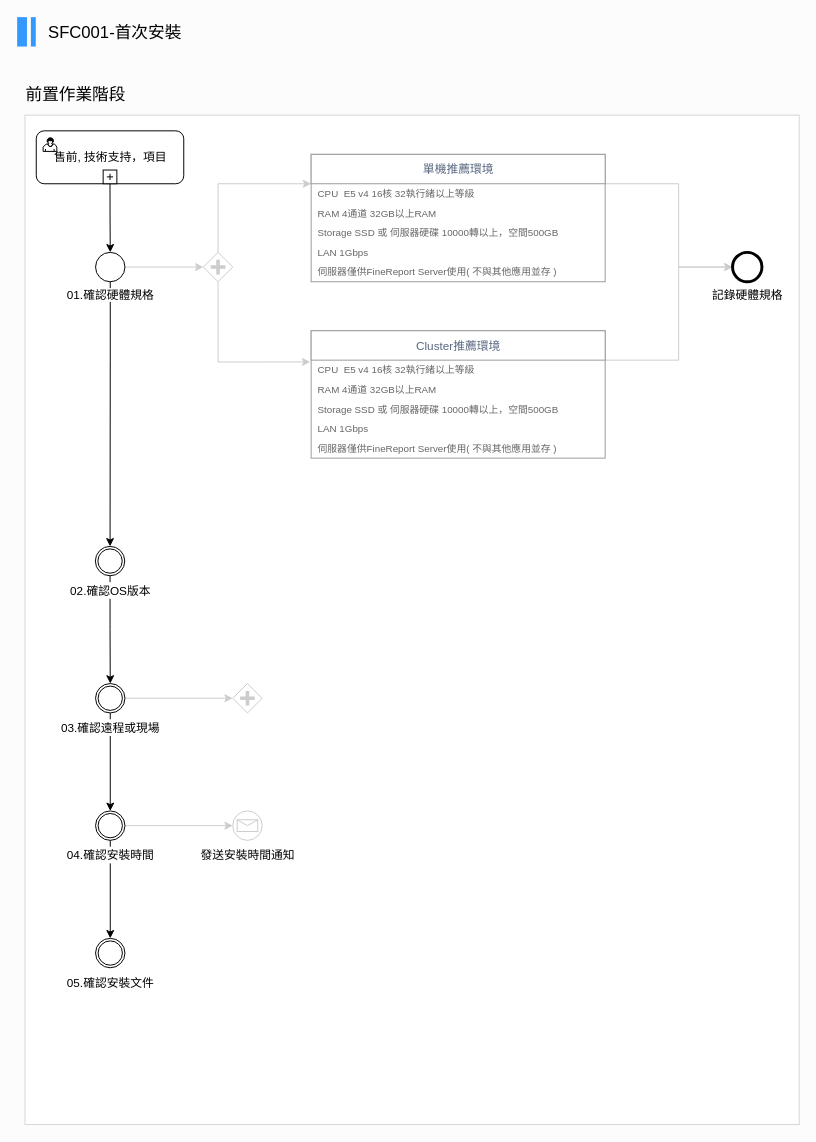
This is page "第1頁" (1 of 2) of 客戶服務SOP.drawio from frglobal/documents, a draw.io file, before an edit. Source tidied: cells renumbered, new cells numbered last; positions are measured from the earlier drawing's top-left corner, leaving out a move shared by most shapes. Both pictures are drawn from the tidied source at 98%, with x=0, y=0 at pixel (17, 17).
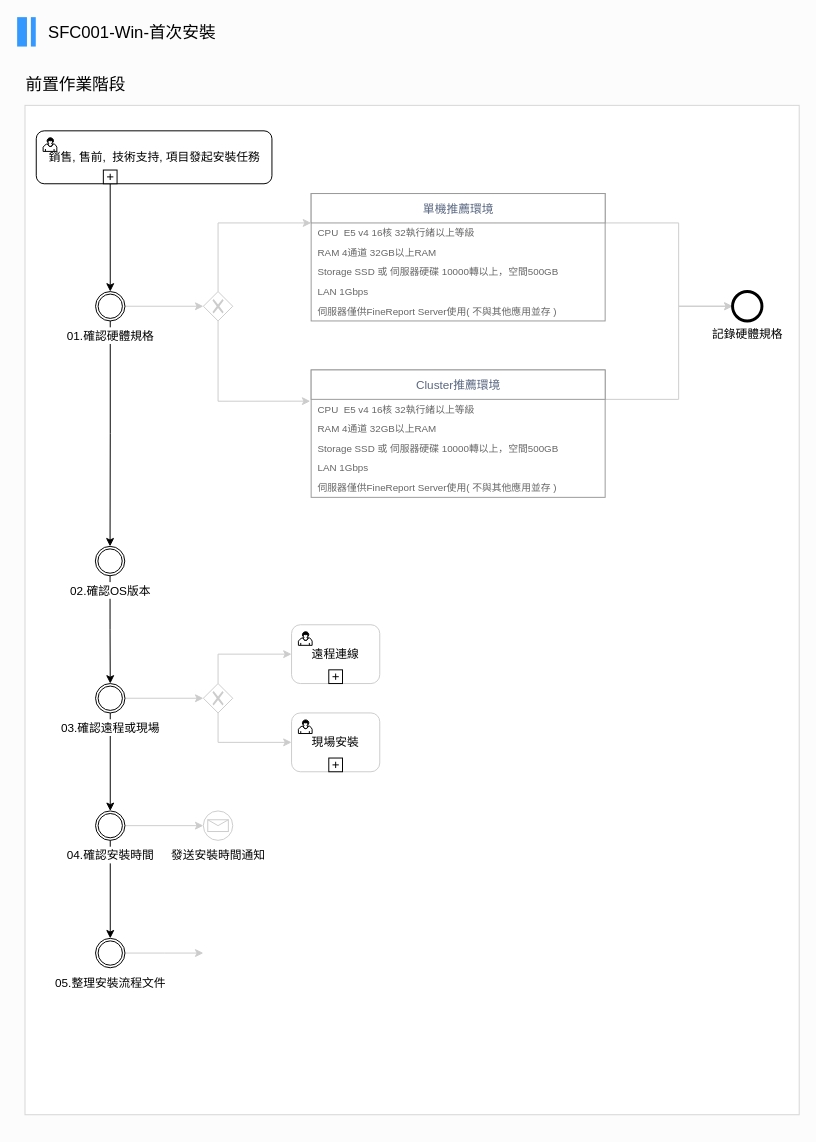
Above is the later version.

Commit message (it also covers changes not shown here):
更新客戶服務SOP.drawio

Unchanged cells that the change refers to:
```xml
<mxCell id="15" value="&lt;font style=&quot;font-size: 12px&quot;&gt;02.確認OS版本&lt;/font&gt;" style="shape=mxgraph.bpmn.shape;html=1;verticalLabelPosition=bottom;labelBackgroundColor=#ffffff;verticalAlign=top;align=center;perimeter=ellipsePerimeter;outlineConnect=0;outline=throwing;symbol=general;rounded=0;shadow=0;glass=0;comic=0;strokeColor=#000000;strokeWidth=1;fillColor=none;fontFamily=Noto Sans TC;fontSize=14;" parent="1" vertex="1">
  <mxGeometry x="79.8" y="540" width="30" height="30" as="geometry" />
</mxCell>
<mxCell id="18" value="&lt;font style=&quot;font-size: 12px&quot;&gt;03.確認遠程或現場&lt;/font&gt;" style="shape=mxgraph.bpmn.shape;html=1;verticalLabelPosition=bottom;labelBackgroundColor=#ffffff;verticalAlign=top;align=center;perimeter=ellipsePerimeter;outlineConnect=0;outline=throwing;symbol=general;rounded=0;shadow=0;glass=0;comic=0;strokeColor=#000000;strokeWidth=1;fillColor=none;fontFamily=Noto Sans TC;fontSize=14;" parent="1" vertex="1">
  <mxGeometry x="80" y="680" width="30" height="30" as="geometry" />
</mxCell>
```

What changed in the source:
```diff
@@
     <mxCell id="2" style="rounded=0;whiteSpace=wrap;html=1;shadow=0;glass=0;comic=0;strokeWidth=1;fontFamily=Noto Sans TC;fontSize=14;align=left;strokeColor=#D6D6D6;" parent="1" vertex="1">
-      <mxGeometry x="8" y="100" width="790" height="1030" as="geometry" />
+      <mxGeometry x="8" y="90" width="790" height="1030" as="geometry" />
     </mxCell>
-    <mxCell id="3" style="edgeStyle=orthogonalEdgeStyle;rounded=0;jettySize=auto;html=1;fontFamily=Noto Sans TC;fontSize=17;shadow=0;strokeColor=#CCCCCC;" parent="1" edge="1" source="13" target="11">
+    <mxCell id="3" style="edgeStyle=orthogonalEdgeStyle;rounded=0;jettySize=auto;html=1;fontFamily=Noto Sans TC;fontSize=17;shadow=0;strokeColor=#CCCCCC;entryX=0;entryY=0.5;entryDx=0;entryDy=0;exitX=1;exitY=0.5;exitDx=0;exitDy=0;" parent="1" edge="1" source="13" target="55">
       <mxGeometry relative="1" as="geometry" />
     </mxCell>
-    <mxCell id="4" style="edgeStyle=orthogonalEdgeStyle;rounded=0;jettySize=auto;html=1;shadow=0;strokeColor=#000000;fontFamily=Noto Sans TC;fontSize=14;" parent="1" edge="1" source="13" target="15">
-      <mxGeometry relative="1" as="geometry">
-        <Array as="points">
-          <mxPoint x="95" y="350" />
-          <mxPoint x="95" y="350" />
-        </Array>
-      </mxGeometry>
+    <mxCell id="4" style="edgeStyle=orthogonalEdgeStyle;rounded=0;jettySize=auto;html=1;shadow=0;strokeColor=#000000;fontFamily=Noto Sans TC;fontSize=14;exitX=0.5;exitY=1;exitDx=0;exitDy=0;" parent="1" edge="1" source="13" target="15">
+      <mxGeometry relative="1" as="geometry" />
     </mxCell>
-    <mxCell id="5" value="SFC001-首次安裝" style="text;html=1;fontFamily=Noto Sans TC;fontSize=17;" parent="1" vertex="1">
+    <mxCell id="5" value="SFC001-Win-首次安裝" style="text;html=1;fontFamily=Noto Sans TC;fontSize=17;" parent="1" vertex="1">
       <mxGeometry x="30" width="145" height="30" as="geometry" />
     </mxCell>
@@
-    <mxCell id="9" style="edgeStyle=orthogonalEdgeStyle;rounded=0;jettySize=auto;html=1;exitX=0.5;exitY=0;exitDx=0;exitDy=0;shadow=0;strokeColor=#CCCCCC;fontFamily=Noto Sans TC;fontSize=14;" parent="1" edge="1" source="11" target="26">
+    <mxCell id="9" style="edgeStyle=orthogonalEdgeStyle;rounded=0;jettySize=auto;html=1;exitX=0.5;exitY=0;exitDx=0;exitDy=0;shadow=0;strokeColor=#CCCCCC;fontFamily=Noto Sans TC;fontSize=14;" parent="1" edge="1" target="26">
       <mxGeometry relative="1" as="geometry">
+        <mxPoint x="205" y="280" as="sourcePoint" />
         <Array as="points">
-          <mxPoint x="205" y="170" />
+          <mxPoint x="205" y="210" />
         </Array>
       </mxGeometry>
     </mxCell>
-    <mxCell id="10" style="edgeStyle=orthogonalEdgeStyle;rounded=0;jettySize=auto;html=1;exitX=0.5;exitY=1;exitDx=0;exitDy=0;entryX=-0.003;entryY=0.245;entryDx=0;entryDy=0;entryPerimeter=0;strokeColor=#CCCCCC;fontFamily=Noto Sans TC;" parent="1" edge="1" source="11" target="34">
+    <mxCell id="10" style="edgeStyle=orthogonalEdgeStyle;rounded=0;jettySize=auto;html=1;exitX=0.5;exitY=1;exitDx=0;exitDy=0;entryX=-0.003;entryY=0.245;entryDx=0;entryDy=0;entryPerimeter=0;strokeColor=#CCCCCC;fontFamily=Noto Sans TC;" parent="1" edge="1" source="55" target="34">
       <mxGeometry relative="1" as="geometry" />
     </mxCell>
-    <mxCell id="11" style="shape=mxgraph.bpmn.shape;html=1;verticalLabelPosition=bottom;labelBackgroundColor=#ffffff;verticalAlign=top;align=center;perimeter=rhombusPerimeter;background=gateway;outlineConnect=0;outline=none;symbol=parallelGw;rounded=1;shadow=0;glass=0;comic=0;strokeColor=#CCCCCC;strokeWidth=1;fillColor=none;fontFamily=Noto Sans TC;fontSize=17;" parent="1" vertex="1">
-      <mxGeometry x="190" y="240" width="30" height="30" as="geometry" />
-    </mxCell>
     <mxCell id="12" value="前置作業階段" style="text;html=1;strokeColor=none;fillColor=none;align=center;verticalAlign=middle;whiteSpace=wrap;rounded=0;shadow=0;glass=0;comic=0;fontFamily=Noto Sans TC;fontSize=17;" parent="1" vertex="1">
-      <mxGeometry y="70" width="120" height="20" as="geometry" />
+      <mxGeometry y="60" width="120" height="20" as="geometry" />
     </mxCell>
-    <mxCell id="13" value="&lt;font style=&quot;background-color: rgb(255 , 255 , 255) ; font-size: 12px&quot;&gt;01.確認硬體規格&lt;/font&gt;" style="shape=mxgraph.bpmn.shape;html=1;verticalLabelPosition=bottom;labelBackgroundColor=none;verticalAlign=top;align=center;perimeter=ellipsePerimeter;outlineConnect=0;outline=standard;symbol=general;fontFamily=Noto Sans TC;fillColor=none;" parent="1" vertex="1">
-      <mxGeometry x="80" y="240" width="30" height="30" as="geometry" />
-    </mxCell>
@@
-    <mxCell id="17" style="edgeStyle=orthogonalEdgeStyle;rounded=0;jettySize=auto;html=1;exitX=1;exitY=0.5;exitDx=0;exitDy=0;shadow=0;strokeColor=#CCCCCC;fontFamily=Noto Sans TC;fontSize=14;" parent="1" edge="1" source="18" target="24">
+    <mxCell id="17" style="edgeStyle=orthogonalEdgeStyle;rounded=0;jettySize=auto;html=1;exitX=1;exitY=0.5;exitDx=0;exitDy=0;shadow=0;strokeColor=#CCCCCC;fontFamily=Noto Sans TC;fontSize=14;entryX=0;entryY=0.5;entryDx=0;entryDy=0;" parent="1" edge="1" source="18" target="56">
       <mxGeometry relative="1" as="geometry" />
     </mxCell>
@@
+    <mxCell id="46" style="edgeStyle=orthogonalEdgeStyle;rounded=0;jettySize=auto;html=1;exitX=1;exitY=0.5;exitDx=0;exitDy=0;entryX=0;entryY=0.5;entryDx=0;entryDy=0;strokeColor=#CCCCCC;fontFamily=Noto Sans TC;" parent="1" edge="1" source="22">
+      <mxGeometry relative="1" as="geometry">
+        <mxPoint x="190" y="955" as="targetPoint" />
+      </mxGeometry>
+    </mxCell>
-    <mxCell id="22" value="&lt;font style=&quot;font-size: 12px&quot;&gt;05.確認安裝文件&lt;/font&gt;" style="shape=mxgraph.bpmn.shape;html=1;verticalLabelPosition=bottom;labelBackgroundColor=#ffffff;verticalAlign=top;align=center;perimeter=ellipsePerimeter;outlineConnect=0;outline=throwing;symbol=general;rounded=0;shadow=0;glass=0;comic=0;strokeColor=#000000;strokeWidth=1;fillColor=none;fontFamily=Noto Sans TC;fontSize=14;" parent="1" vertex="1">
+    <mxCell id="22" value="&lt;font style=&quot;font-size: 12px&quot;&gt;05.整理安裝流程文件&lt;/font&gt;" style="shape=mxgraph.bpmn.shape;html=1;verticalLabelPosition=bottom;labelBackgroundColor=#ffffff;verticalAlign=top;align=center;perimeter=ellipsePerimeter;outlineConnect=0;outline=throwing;symbol=general;rounded=0;shadow=0;glass=0;comic=0;strokeColor=#000000;strokeWidth=1;fillColor=none;fontFamily=Noto Sans TC;fontSize=14;" parent="1" vertex="1">
       <mxGeometry x="80" y="940" width="30" height="30" as="geometry" />
     </mxCell>
     <mxCell id="23" value="&lt;font style=&quot;font-size: 12px&quot;&gt;發送安裝時間通知&lt;/font&gt;" style="shape=mxgraph.bpmn.shape;html=1;verticalLabelPosition=bottom;labelBackgroundColor=#ffffff;verticalAlign=top;align=center;perimeter=ellipsePerimeter;outlineConnect=0;outline=standard;symbol=message;rounded=0;shadow=0;glass=0;comic=0;strokeColor=#CCCCCC;strokeWidth=1;fillColor=none;fontFamily=Noto Sans TC;fontSize=14;" parent="1" vertex="1">
-      <mxGeometry x="220" y="810" width="30" height="30" as="geometry" />
+      <mxGeometry x="190" y="810" width="30" height="30" as="geometry" />
     </mxCell>
-    <mxCell id="24" style="shape=mxgraph.bpmn.shape;html=1;verticalLabelPosition=bottom;labelBackgroundColor=#ffffff;verticalAlign=top;align=center;perimeter=rhombusPerimeter;background=gateway;outlineConnect=0;outline=none;symbol=parallelGw;rounded=1;shadow=0;glass=0;comic=0;strokeColor=#CCCCCC;strokeWidth=1;fillColor=none;fontFamily=Noto Sans TC;fontSize=17;" parent="1" vertex="1">
-      <mxGeometry x="220" y="680" width="30" height="30" as="geometry" />
-    </mxCell>
+    <mxCell id="47" style="edgeStyle=orthogonalEdgeStyle;rounded=0;jettySize=auto;html=1;exitX=0.5;exitY=0;exitDx=0;exitDy=0;entryX=0;entryY=0.5;entryDx=0;entryDy=0;strokeColor=#CCCCCC;fontFamily=Noto Sans TC;" parent="1" edge="1" source="56" target="49">
+      <mxGeometry relative="1" as="geometry" />
+    </mxCell>
+    <mxCell id="48" style="edgeStyle=orthogonalEdgeStyle;rounded=0;jettySize=auto;html=1;exitX=0.5;exitY=1;exitDx=0;exitDy=0;entryX=0;entryY=0.5;entryDx=0;entryDy=0;strokeColor=#CCCCCC;fontFamily=Noto Sans TC;" parent="1" edge="1" source="56" target="52">
+      <mxGeometry relative="1" as="geometry">
+        <Array as="points">
+          <mxPoint x="205" y="740" />
+        </Array>
+      </mxGeometry>
+    </mxCell>
     <mxCell id="25" style="edgeStyle=orthogonalEdgeStyle;rounded=0;jettySize=auto;html=1;strokeColor=#CCCCCC;fontFamily=Noto Sans TC;" parent="1" edge="1" source="26" target="45">
       <mxGeometry relative="1" as="geometry">
         <Array as="points">
-          <mxPoint x="675" y="170" />
-          <mxPoint x="675" y="255" />
+          <mxPoint x="675" y="210" />
+          <mxPoint x="675" y="295" />
         </Array>
       </mxGeometry>
     </mxCell>
     <mxCell id="26" style="strokeWidth=1;shadow=0;dashed=0;align=center;html=1;shape=mxgraph.mockup.forms.rrect;rSize=0;strokeColor=#999999;fillColor=#ffffff;rounded=0;glass=0;comic=0;labelBackgroundColor=none;fontFamily=Noto Sans TC;fontSize=14;flipH=0;flipV=0;" parent="1" vertex="1">
-      <mxGeometry x="300" y="140" width="300" height="130" as="geometry" />
+      <mxGeometry x="300" y="180" width="300" height="130" as="geometry" />
     </mxCell>
@@
     <mxCell id="33" style="edgeStyle=orthogonalEdgeStyle;rounded=0;jettySize=auto;html=1;entryX=0;entryY=0.5;entryDx=0;entryDy=0;strokeColor=#CCCCCC;fontFamily=Noto Sans TC;" parent="1" edge="1" source="34" target="45">
       <mxGeometry relative="1" as="geometry">
         <Array as="points">
-          <mxPoint x="675" y="350" />
-          <mxPoint x="675" y="255" />
+          <mxPoint x="675" y="390" />
+          <mxPoint x="675" y="295" />
         </Array>
       </mxGeometry>
     </mxCell>
     <mxCell id="34" style="strokeWidth=1;shadow=0;dashed=0;align=center;html=1;shape=mxgraph.mockup.forms.rrect;rSize=0;strokeColor=#999999;fillColor=#ffffff;rounded=0;glass=0;comic=0;labelBackgroundColor=none;fontFamily=Noto Sans TC;fontSize=14;flipH=0;flipV=0;" parent="1" vertex="1">
-      <mxGeometry x="300" y="320" width="300" height="130" as="geometry" />
+      <mxGeometry x="300" y="360" width="300" height="130" as="geometry" />
     </mxCell>
@@
-    <mxCell id="41" style="edgeStyle=orthogonalEdgeStyle;rounded=0;jettySize=auto;html=1;exitX=0.5;exitY=1;exitDx=0;exitDy=0;entryX=0.5;entryY=0;entryDx=0;entryDy=0;strokeColor=#000000;fontFamily=Noto Sans TC;" parent="1" edge="1" source="42" target="13">
+    <mxCell id="41" style="edgeStyle=orthogonalEdgeStyle;rounded=0;jettySize=auto;html=1;entryX=0.5;entryY=0;entryDx=0;entryDy=0;strokeColor=#000000;fontFamily=Noto Sans TC;exitX=0.5;exitY=1;exitDx=0;exitDy=0;" parent="1" edge="1" source="44" target="13">
       <mxGeometry relative="1" as="geometry" />
     </mxCell>
-    <mxCell id="42" value="售前, 技術支持，項目" style="html=1;whiteSpace=wrap;rounded=1;fillColor=none;fontFamily=Noto Sans TC;" parent="1" vertex="1">
-      <mxGeometry x="19.5" y="116" width="150.5" height="54" as="geometry" />
+    <mxCell id="42" value="銷售, 售前,&amp;nbsp; 技術支持, 項目發起安裝任務" style="html=1;whiteSpace=wrap;rounded=1;fillColor=none;fontFamily=Noto Sans TC;" parent="1" vertex="1">
+      <mxGeometry x="19.5" y="116" width="240.5" height="54" as="geometry" />
     </mxCell>
@@
     <mxCell id="44" style="html=1;shape=plus;outlineConnect=0;" parent="42" vertex="1">
       <mxGeometry x="0.5" y="1" width="14" height="14" relative="1" as="geometry">
-        <mxPoint x="-7" y="-14" as="offset" />
+        <mxPoint x="-51.8" y="-14" as="offset" />
       </mxGeometry>
     </mxCell>
     <mxCell id="45" value="記錄硬體規格" style="shape=mxgraph.bpmn.shape;html=1;verticalLabelPosition=bottom;labelBackgroundColor=#ffffff;verticalAlign=top;align=center;perimeter=ellipsePerimeter;outlineConnect=0;outline=end;symbol=general;fillColor=none;fontFamily=Noto Sans TC;" parent="1" vertex="1">
-      <mxGeometry x="730" y="240" width="30" height="30" as="geometry" />
+      <mxGeometry x="730" y="280" width="30" height="30" as="geometry" />
     </mxCell>
+    <mxCell id="49" value="遠程連線" style="html=1;whiteSpace=wrap;rounded=1;fillColor=none;fontFamily=Noto Sans TC;strokeColor=#CCCCCC;" parent="1" vertex="1">
+      <mxGeometry x="280" y="620" width="90" height="60" as="geometry" />
+    </mxCell>
+    <mxCell id="50" style="html=1;shape=mxgraph.bpmn.user_task;" parent="49" vertex="1">
+      <mxGeometry width="14" height="14" relative="1" as="geometry">
+        <mxPoint x="7" y="7" as="offset" />
+      </mxGeometry>
+    </mxCell>
+    <mxCell id="51" style="html=1;shape=plus;" parent="49" vertex="1">
+      <mxGeometry x="0.5" y="1" width="14" height="14" relative="1" as="geometry">
+        <mxPoint x="-7" y="-14" as="offset" />
+      </mxGeometry>
+    </mxCell>
+    <mxCell id="52" value="現場安裝" style="html=1;whiteSpace=wrap;rounded=1;fillColor=none;fontFamily=Noto Sans TC;strokeColor=#CCCCCC;" parent="1" vertex="1">
+      <mxGeometry x="280" y="710" width="90" height="60" as="geometry" />
+    </mxCell>
+    <mxCell id="53" style="html=1;shape=mxgraph.bpmn.user_task;" parent="52" vertex="1">
+      <mxGeometry width="14" height="14" relative="1" as="geometry">
+        <mxPoint x="7" y="7" as="offset" />
+      </mxGeometry>
+    </mxCell>
+    <mxCell id="54" style="html=1;shape=plus;" parent="52" vertex="1">
+      <mxGeometry x="0.5" y="1" width="14" height="14" relative="1" as="geometry">
+        <mxPoint x="-7" y="-14" as="offset" />
+      </mxGeometry>
+    </mxCell>
+    <mxCell id="55" style="shape=mxgraph.bpmn.shape;html=1;verticalLabelPosition=bottom;labelBackgroundColor=#ffffff;verticalAlign=top;align=center;perimeter=rhombusPerimeter;background=gateway;outlineConnect=0;outline=none;symbol=exclusiveGw;strokeColor=#CCCCCC;fillColor=none;fontFamily=Noto Sans TC;" parent="1" vertex="1">
+      <mxGeometry x="190" y="280" width="30" height="30" as="geometry" />
+    </mxCell>
+    <mxCell id="56" style="shape=mxgraph.bpmn.shape;html=1;verticalLabelPosition=bottom;labelBackgroundColor=#ffffff;verticalAlign=top;align=center;perimeter=rhombusPerimeter;background=gateway;outlineConnect=0;outline=none;symbol=exclusiveGw;strokeColor=#CCCCCC;fillColor=none;fontFamily=Noto Sans TC;" parent="1" vertex="1">
+      <mxGeometry x="190" y="680" width="30" height="30" as="geometry" />
+    </mxCell>
+    <mxCell id="13" value="&lt;font style=&quot;font-size: 12px&quot;&gt;01.確認硬體規格&lt;/font&gt;" style="shape=mxgraph.bpmn.shape;html=1;verticalLabelPosition=bottom;labelBackgroundColor=#ffffff;verticalAlign=top;align=center;perimeter=ellipsePerimeter;outlineConnect=0;outline=throwing;symbol=general;rounded=0;shadow=0;glass=0;comic=0;strokeColor=#000000;strokeWidth=1;fillColor=none;fontFamily=Noto Sans TC;fontSize=14;" parent="1" vertex="1">
+      <mxGeometry x="80" y="280" width="30" height="30" as="geometry" />
+    </mxCell>
```
